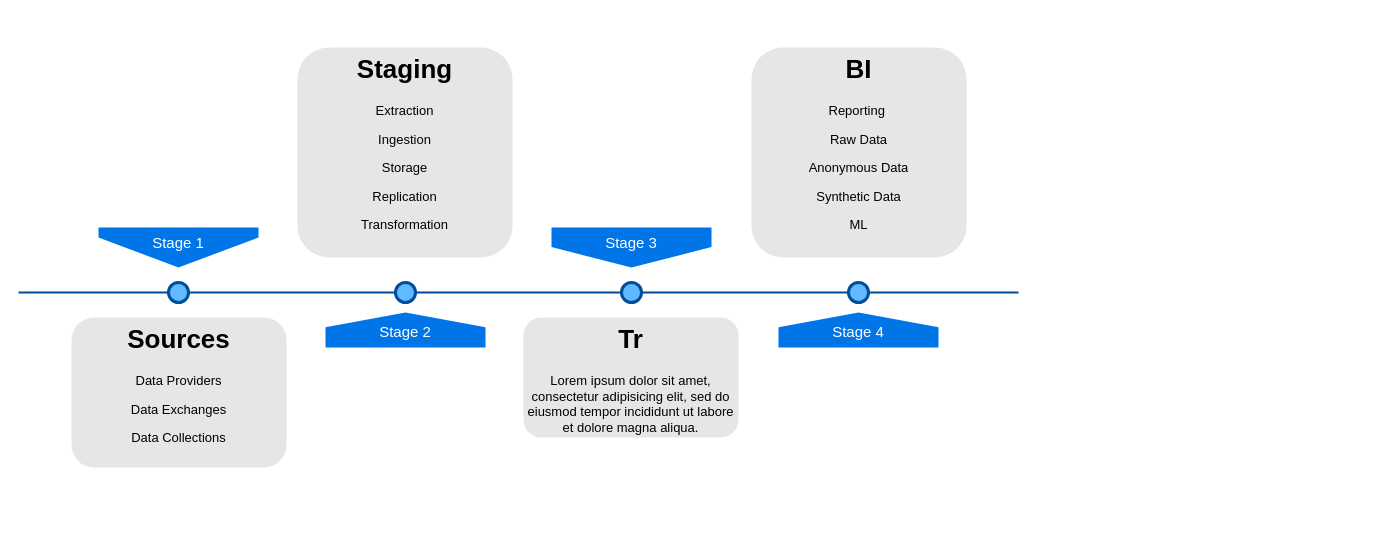
Before: Untitled Diagram.drawio in axe360/datamonetisation, a draw.io diagram. Source tidied: cells renumbered, new cells numbered last; positions are measured from the earlier drawing's top-left corner, leaving out a move shared by most shapes. Both pictures are drawn from the tidied source at 100%, with x=0, y=0 at pixel (18, 47).
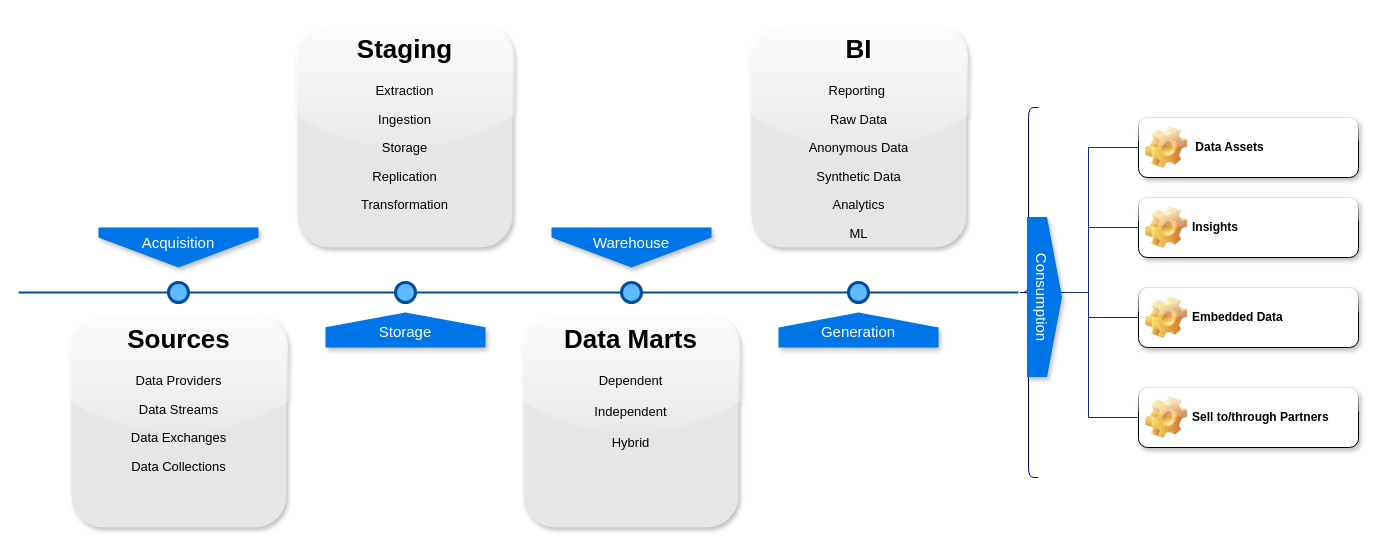
The same page after the edit.

Diff of the diagram source:
```diff
@@
-    <mxCell id="3" value="Stage 1" style="shape=offPageConnector;whiteSpace=wrap;html=1;fillColor=#0075E8;fontSize=15;fontColor=#FFFFFF;size=0.75;verticalAlign=top;strokeColor=none;" parent="1" vertex="1">
+    <mxCell id="3" value="Acquisition" style="shape=offPageConnector;whiteSpace=wrap;html=1;fillColor=#0075E8;fontSize=15;fontColor=#FFFFFF;size=0.75;verticalAlign=top;strokeColor=none;shadow=1;" parent="1" vertex="1">
       <mxGeometry x="80" y="180" width="160" height="40" as="geometry" />
     </mxCell>
-    <mxCell id="4" value="&lt;span&gt;Stage 3&lt;/span&gt;" style="shape=offPageConnector;whiteSpace=wrap;html=1;fillColor=#0075E8;fontSize=15;fontColor=#FFFFFF;size=0.5093750000000015;verticalAlign=top;strokeColor=none;" parent="1" vertex="1">
+    <mxCell id="4" value="&lt;span&gt;Warehouse&lt;/span&gt;" style="shape=offPageConnector;whiteSpace=wrap;html=1;fillColor=#0075E8;fontSize=15;fontColor=#FFFFFF;size=0.75;verticalAlign=top;strokeColor=none;shadow=1;" parent="1" vertex="1">
       <mxGeometry x="533" y="180" width="160" height="40" as="geometry" />
     </mxCell>
-    <mxCell id="5" value="&lt;span&gt;Stage 2&lt;/span&gt;" style="shape=offPageConnector;whiteSpace=wrap;html=1;fillColor=#0075E8;fontSize=15;fontColor=#FFFFFF;size=0.4178571428571445;flipV=1;verticalAlign=bottom;strokeColor=none;spacingBottom=4;" parent="1" vertex="1">
+    <mxCell id="5" value="&lt;span&gt;Storage&lt;/span&gt;" style="shape=offPageConnector;whiteSpace=wrap;html=1;fillColor=#0075E8;fontSize=15;fontColor=#FFFFFF;size=0.4178571428571445;flipV=1;verticalAlign=bottom;strokeColor=none;spacingBottom=4;rounded=0;shadow=1;" parent="1" vertex="1">
       <mxGeometry x="307" y="265" width="160" height="35" as="geometry" />
     </mxCell>
-    <mxCell id="6" value="&lt;span&gt;Stage 4&lt;/span&gt;" style="shape=offPageConnector;whiteSpace=wrap;html=1;fillColor=#0075E8;fontSize=15;fontColor=#FFFFFF;size=0.4178571428571445;flipV=1;verticalAlign=bottom;strokeColor=none;spacingBottom=4;" parent="1" vertex="1">
+    <mxCell id="6" value="&lt;span&gt;Generation&lt;/span&gt;" style="shape=offPageConnector;whiteSpace=wrap;html=1;fillColor=#0075E8;fontSize=15;fontColor=#FFFFFF;size=0.42857142857142855;flipV=1;verticalAlign=bottom;strokeColor=none;spacingBottom=4;shadow=1;" parent="1" vertex="1">
       <mxGeometry x="760" y="265" width="160" height="35" as="geometry" />
     </mxCell>
@@
-    <mxCell id="11" value="&lt;h1&gt;Sources&lt;/h1&gt;&lt;p&gt;Data Providers&lt;/p&gt;&lt;p&gt;Data Exchanges&lt;/p&gt;&lt;p&gt;Data Collections&lt;/p&gt;" style="text;html=1;spacing=5;spacingTop=-20;whiteSpace=wrap;overflow=hidden;strokeColor=none;strokeWidth=3;fillColor=#E6E6E6;fontSize=13;fontColor=#000000;align=center;rounded=1;" parent="1" vertex="1">
-      <mxGeometry x="53" y="270" width="215" height="150" as="geometry" />
+    <mxCell id="11" value="&lt;h1&gt;Sources&lt;/h1&gt;&lt;p&gt;Data Providers&lt;/p&gt;&lt;p&gt;Data Streams&lt;/p&gt;&lt;p&gt;Data Exchanges&lt;/p&gt;&lt;p&gt;Data Collections&lt;/p&gt;" style="text;html=1;spacing=5;spacingTop=-20;whiteSpace=wrap;overflow=hidden;strokeColor=none;strokeWidth=3;fillColor=#E6E6E6;fontSize=13;fontColor=#000000;align=center;rounded=1;glass=1;shadow=1;" parent="1" vertex="1">
+      <mxGeometry x="53" y="270" width="215" height="210" as="geometry" />
     </mxCell>
-    <mxCell id="12" value="&lt;h1&gt;Staging&lt;/h1&gt;&lt;p&gt;Extraction&lt;/p&gt;&lt;p&gt;Ingestion&lt;/p&gt;&lt;p&gt;Storage&lt;/p&gt;&lt;p&gt;Replication&lt;/p&gt;&lt;p&gt;Transformation&lt;/p&gt;&lt;p&gt;&lt;br&gt;&lt;/p&gt;" style="text;html=1;spacing=5;spacingTop=-20;whiteSpace=wrap;overflow=hidden;strokeColor=none;strokeWidth=3;fillColor=#E6E6E6;fontSize=13;fontColor=#000000;align=center;rounded=1;" parent="1" vertex="1">
-      <mxGeometry x="279" width="215" height="210" as="geometry" />
+    <mxCell id="12" value="&lt;h1&gt;Staging&lt;/h1&gt;&lt;p&gt;Extraction&lt;/p&gt;&lt;p&gt;Ingestion&lt;/p&gt;&lt;p&gt;Storage&lt;/p&gt;&lt;p&gt;Replication&lt;/p&gt;&lt;p&gt;Transformation&lt;/p&gt;&lt;p&gt;&lt;br&gt;&lt;/p&gt;" style="text;html=1;spacing=5;spacingTop=-20;whiteSpace=wrap;overflow=hidden;strokeColor=none;strokeWidth=3;fillColor=#E6E6E6;fontSize=13;fontColor=#000000;align=center;rounded=1;glass=1;shadow=1;" parent="1" vertex="1">
+      <mxGeometry x="279" y="-20" width="215" height="220" as="geometry" />
     </mxCell>
-    <mxCell id="13" value="&lt;h1&gt;Tr&lt;/h1&gt;&lt;p&gt;Lorem ipsum dolor sit amet, consectetur adipisicing elit, sed do eiusmod tempor incididunt ut labore et dolore magna aliqua.&lt;/p&gt;" style="text;html=1;spacing=5;spacingTop=-20;whiteSpace=wrap;overflow=hidden;strokeColor=none;strokeWidth=3;fillColor=#E6E6E6;fontSize=13;fontColor=#000000;align=center;rounded=1;" parent="1" vertex="1">
-      <mxGeometry x="505" y="270" width="215" height="120" as="geometry" />
+    <mxCell id="13" value="&lt;h1&gt;Data Marts&lt;/h1&gt;&lt;div&gt;Dependent&lt;/div&gt;&lt;div&gt;&lt;br&gt;&lt;/div&gt;&lt;div&gt;Independent&lt;/div&gt;&lt;div&gt;&lt;br&gt;&lt;/div&gt;&lt;div&gt;Hybrid&lt;/div&gt;&lt;div&gt;&lt;br&gt;&lt;/div&gt;" style="text;html=1;spacing=5;spacingTop=-20;whiteSpace=wrap;overflow=hidden;strokeColor=none;strokeWidth=3;fillColor=#E6E6E6;fontSize=13;fontColor=#000000;align=center;rounded=1;glass=1;shadow=1;" parent="1" vertex="1">
+      <mxGeometry x="505" y="270" width="215" height="210" as="geometry" />
     </mxCell>
-    <mxCell id="14" value="&lt;h1&gt;BI&lt;/h1&gt;&lt;p&gt;Reporting&amp;nbsp;&lt;/p&gt;&lt;p&gt;Raw Data&lt;/p&gt;&lt;p&gt;&lt;span style=&quot;background-color: initial;&quot;&gt;Anonymous Data&lt;/span&gt;&lt;/p&gt;&lt;p&gt;Synthetic Data&lt;/p&gt;&lt;p&gt;ML&lt;/p&gt;" style="text;html=1;spacing=5;spacingTop=-20;whiteSpace=wrap;overflow=hidden;strokeColor=none;strokeWidth=3;fillColor=#E6E6E6;fontSize=13;fontColor=#000000;align=center;rounded=1;" parent="1" vertex="1">
-      <mxGeometry x="733" width="215" height="210" as="geometry" />
+    <mxCell id="14" value="&lt;h1&gt;BI&lt;/h1&gt;&lt;p&gt;Reporting&amp;nbsp;&lt;/p&gt;&lt;p&gt;Raw Data&lt;/p&gt;&lt;p&gt;&lt;span style=&quot;background-color: initial;&quot;&gt;Anonymous Data&lt;/span&gt;&lt;/p&gt;&lt;p&gt;Synthetic Data&lt;/p&gt;&lt;p&gt;Analytics&lt;/p&gt;&lt;p&gt;ML&lt;/p&gt;" style="text;html=1;spacing=5;spacingTop=-20;whiteSpace=wrap;overflow=hidden;strokeColor=none;strokeWidth=3;fillColor=#E6E6E6;fontSize=13;fontColor=#000000;align=center;rounded=1;glass=1;shadow=1;" parent="1" vertex="1">
+      <mxGeometry x="733" y="-20" width="215" height="220" as="geometry" />
     </mxCell>
+    <mxCell id="15" style="edgeStyle=orthogonalEdgeStyle;rounded=0;hachureGap=4;jettySize=auto;html=1;fontFamily=Architects Daughter;fontSize=16;strokeColor=#12299b;" parent="1" edge="1" source="16" target="22">
+      <mxGeometry relative="1" as="geometry" />
+    </mxCell>
+    <mxCell id="16" value="&amp;nbsp;Data Assets" style="label;whiteSpace=wrap;html=1;image=img/clipart/Gear_128x128.png;glass=1;rounded=1;shadow=1;" parent="1" vertex="1">
+      <mxGeometry x="1120" y="70" width="220" height="60" as="geometry" />
+    </mxCell>
+    <mxCell id="17" style="edgeStyle=orthogonalEdgeStyle;rounded=0;hachureGap=4;jettySize=auto;html=1;fontFamily=Architects Daughter;fontSize=16;strokeColor=#12299b;" parent="1" edge="1" source="18" target="22">
+      <mxGeometry relative="1" as="geometry" />
+    </mxCell>
+    <mxCell id="18" value="Insights" style="label;whiteSpace=wrap;html=1;image=img/clipart/Gear_128x128.png;glass=1;rounded=1;shadow=1;" parent="1" vertex="1">
+      <mxGeometry x="1120" y="150" width="220" height="60" as="geometry" />
+    </mxCell>
+    <mxCell id="19" value="Embedded Data" style="label;whiteSpace=wrap;html=1;image=img/clipart/Gear_128x128.png;glass=1;shadow=1;" parent="1" vertex="1">
+      <mxGeometry x="1120" y="240" width="220" height="60" as="geometry" />
+    </mxCell>
+    <mxCell id="20" style="edgeStyle=elbowEdgeStyle;rounded=0;hachureGap=4;jettySize=auto;html=1;fontFamily=Architects Daughter;fontSize=16;strokeColor=#12299b;" parent="1" edge="1" source="21" target="22">
+      <mxGeometry relative="1" as="geometry" />
+    </mxCell>
+    <mxCell id="21" value="Sell to/through Partners" style="label;whiteSpace=wrap;html=1;image=img/clipart/Gear_128x128.png;glass=1;shadow=1;" parent="1" vertex="1">
+      <mxGeometry x="1120" y="340" width="220" height="60" as="geometry" />
+    </mxCell>
+    <mxCell id="22" style="shape=curlyBracket;whiteSpace=wrap;html=1;rounded=1;labelPosition=left;verticalLabelPosition=middle;align=right;verticalAlign=middle;hachureGap=4;fontFamily=Architects Daughter;fontSize=20;size=0.5;strokeColor=#000066;" parent="1" vertex="1">
+      <mxGeometry x="1000" y="60" width="20" height="370" as="geometry" />
+    </mxCell>
+    <mxCell id="23" style="endArrow=none;html=1;rounded=0;strokeColor=#12299b;" parent="1" edge="1">
+      <mxGeometry relative="1" as="geometry">
+        <mxPoint x="1070" y="270" as="sourcePoint" />
+        <mxPoint x="1120" y="270" as="targetPoint" />
+      </mxGeometry>
+    </mxCell>
+    <mxCell id="24" value="&lt;span&gt;Consumption&lt;/span&gt;" style="shape=offPageConnector;whiteSpace=wrap;html=1;fillColor=#0075E8;fontSize=15;fontColor=#FFFFFF;size=0.42857142857142855;flipV=1;verticalAlign=bottom;strokeColor=none;spacingBottom=4;shadow=1;rotation=90;" parent="1" vertex="1">
+      <mxGeometry x="946" y="232" width="160" height="35" as="geometry" />
+    </mxCell>
```
